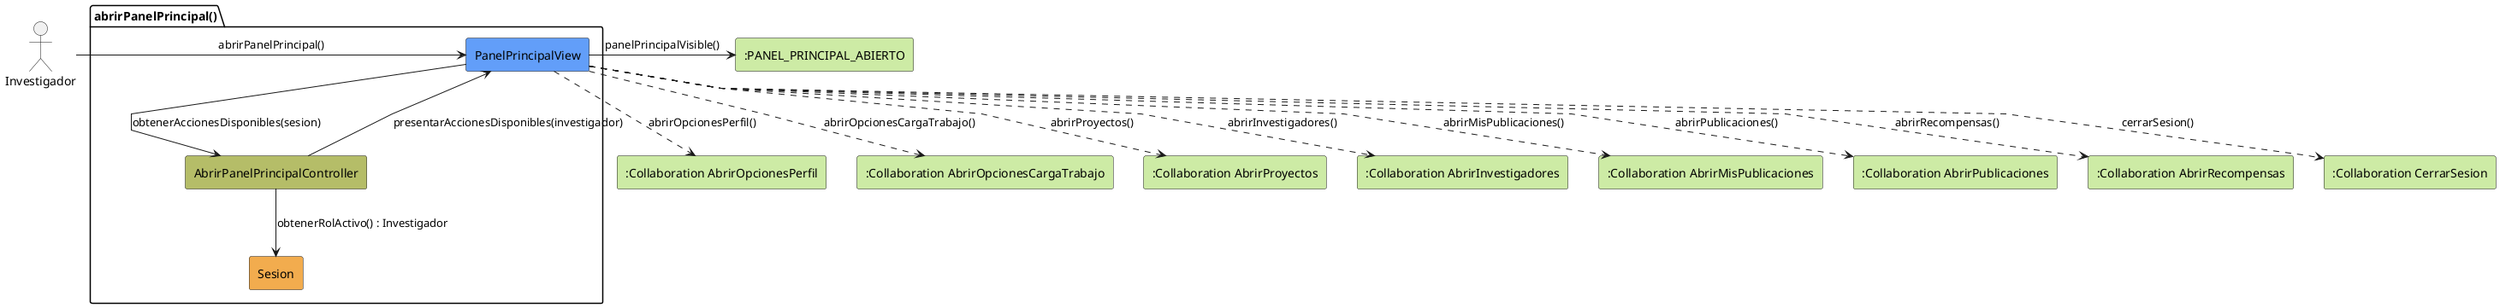
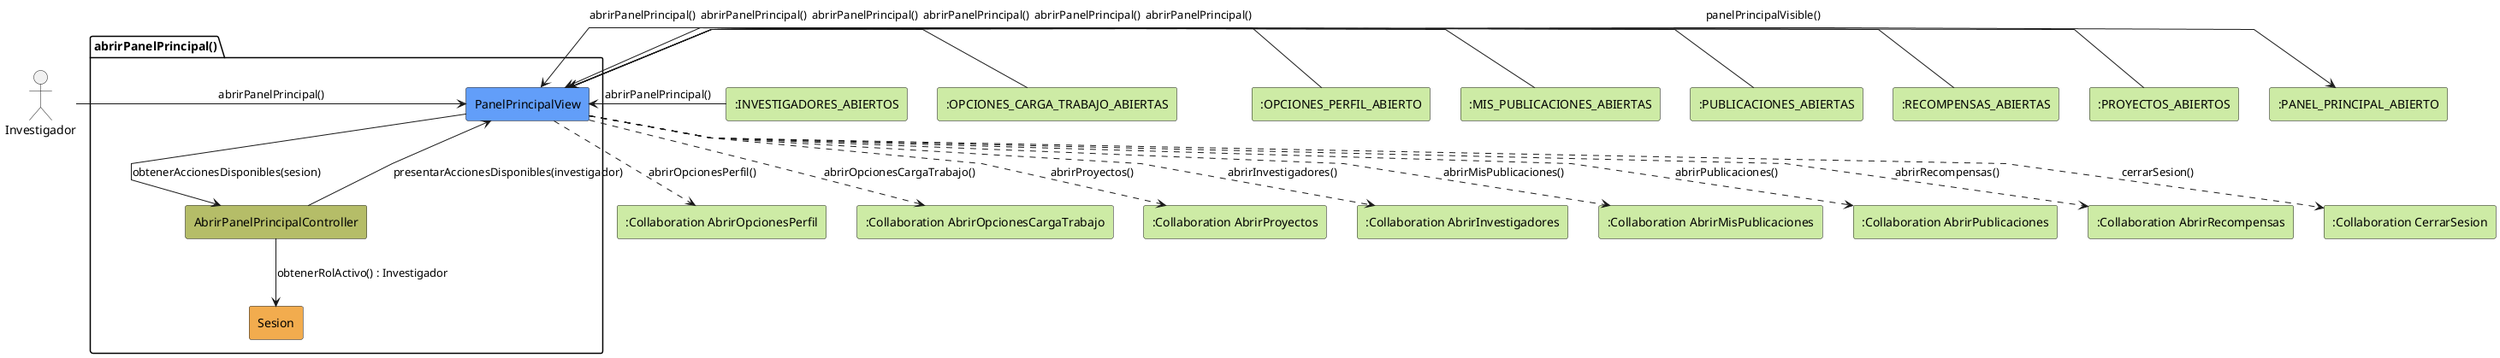
@startuml abrirPanelPrincipal-analisis
skinparam linetype polyline

actor Investigador

package abrirPanelPrincipal as "abrirPanelPrincipal()" {
    rectangle #629EF9 PanelPrincipalView
    rectangle #b5bd68 AbrirPanelPrincipalController
    rectangle #F2AC4E Sesion
}

rectangle #CDEBA5 ":PANEL_PRINCIPAL_ABIERTO" as PanelPrincipalAbierto
+ rectangle #CDEBA5 ":INVESTIGADORES_ABIERTOS" as InvestigadoresAbiertos
+ rectangle #CDEBA5 ":OPCIONES_CARGA_TRABAJO_ABIERTAS" as OpcionesCargaTrabajoAbiertas
+ rectangle #CDEBA5 ":OPCIONES_PERFIL_ABIERTO" as OpcionesPerfilAbierto
+ rectangle #CDEBA5 ":MIS_PUBLICACIONES_ABIERTAS" as MisPublicacionesAbiertas
+ rectangle #CDEBA5 ":PUBLICACIONES_ABIERTAS" as PublicacionesAbiertas
+ rectangle #CDEBA5 ":RECOMPENSAS_ABIERTAS" as RecompensasAbiertas
+ rectangle #CDEBA5 ":PROYECTOS_ABIERTOS" as ProyectosAbiertos
rectangle #CDEBA5 ":Collaboration AbrirOpcionesPerfil" as AbrirOpcionesPerfil
rectangle #CDEBA5 ":Collaboration AbrirOpcionesCargaTrabajo" as AbrirOpcionesCargaTrabajo
rectangle #CDEBA5 ":Collaboration AbrirProyectos" as AbrirProyectos
rectangle #CDEBA5 ":Collaboration AbrirInvestigadores" as AbrirInvestigadores
rectangle #CDEBA5 ":Collaboration AbrirMisPublicaciones" as AbrirMisPublicaciones
rectangle #CDEBA5 ":Collaboration AbrirPublicaciones" as AbrirPublicaciones
rectangle #CDEBA5 ":Collaboration AbrirRecompensas" as AbrirRecompensas
rectangle #CDEBA5 ":Collaboration CerrarSesion" as CerrarSesion

Investigador -r-> PanelPrincipalView: abrirPanelPrincipal()
+ 
+ InvestigadoresAbiertos -r-> PanelPrincipalView: abrirPanelPrincipal()
+ OpcionesCargaTrabajoAbiertas -r-> PanelPrincipalView: abrirPanelPrincipal()
+ OpcionesPerfilAbierto -r-> PanelPrincipalView: abrirPanelPrincipal()
+ MisPublicacionesAbiertas -r-> PanelPrincipalView: abrirPanelPrincipal()
+ PublicacionesAbiertas -r-> PanelPrincipalView: abrirPanelPrincipal()
+ RecompensasAbiertas -r-> PanelPrincipalView: abrirPanelPrincipal()
+ ProyectosAbiertos -r-> PanelPrincipalView: abrirPanelPrincipal()

PanelPrincipalView -d-> AbrirPanelPrincipalController: obtenerAccionesDisponibles(sesion)

AbrirPanelPrincipalController --> Sesion: obtenerRolActivo() : Investigador

AbrirPanelPrincipalController --> PanelPrincipalView: presentarAccionesDisponibles(investigador)

PanelPrincipalView -r-> PanelPrincipalAbierto: panelPrincipalVisible()
PanelPrincipalView ..> AbrirOpcionesPerfil: abrirOpcionesPerfil()
PanelPrincipalView ..> AbrirOpcionesCargaTrabajo: abrirOpcionesCargaTrabajo()
PanelPrincipalView ..> AbrirProyectos: abrirProyectos()
PanelPrincipalView ..> AbrirInvestigadores: abrirInvestigadores()
PanelPrincipalView ..> AbrirMisPublicaciones: abrirMisPublicaciones()
PanelPrincipalView ..> AbrirPublicaciones: abrirPublicaciones()
PanelPrincipalView ..> AbrirRecompensas: abrirRecompensas()
PanelPrincipalView ..> CerrarSesion: cerrarSesion()

@enduml
